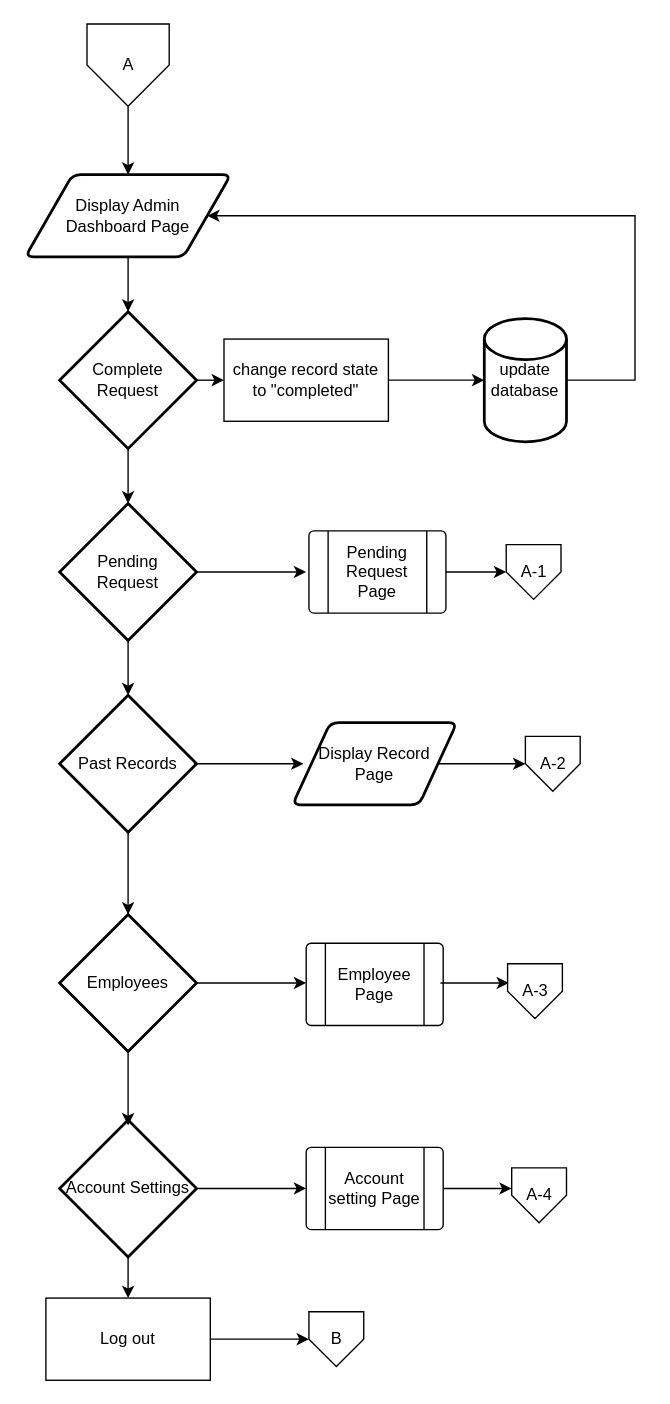
Earlier version of the draw.io diagram page "(A) Admin Dashboard Page" (2 of 10) of Flowchart.drawio (justpaulmiguel/Web1Proj). Source tidied: cells renumbered, new cells numbered last; positions are measured from the earlier drawing's top-left corner, leaving out a move shared by most shapes. Both pictures are drawn from the tidied source at 137%, with x=0, y=0 at pixel (25, 23).
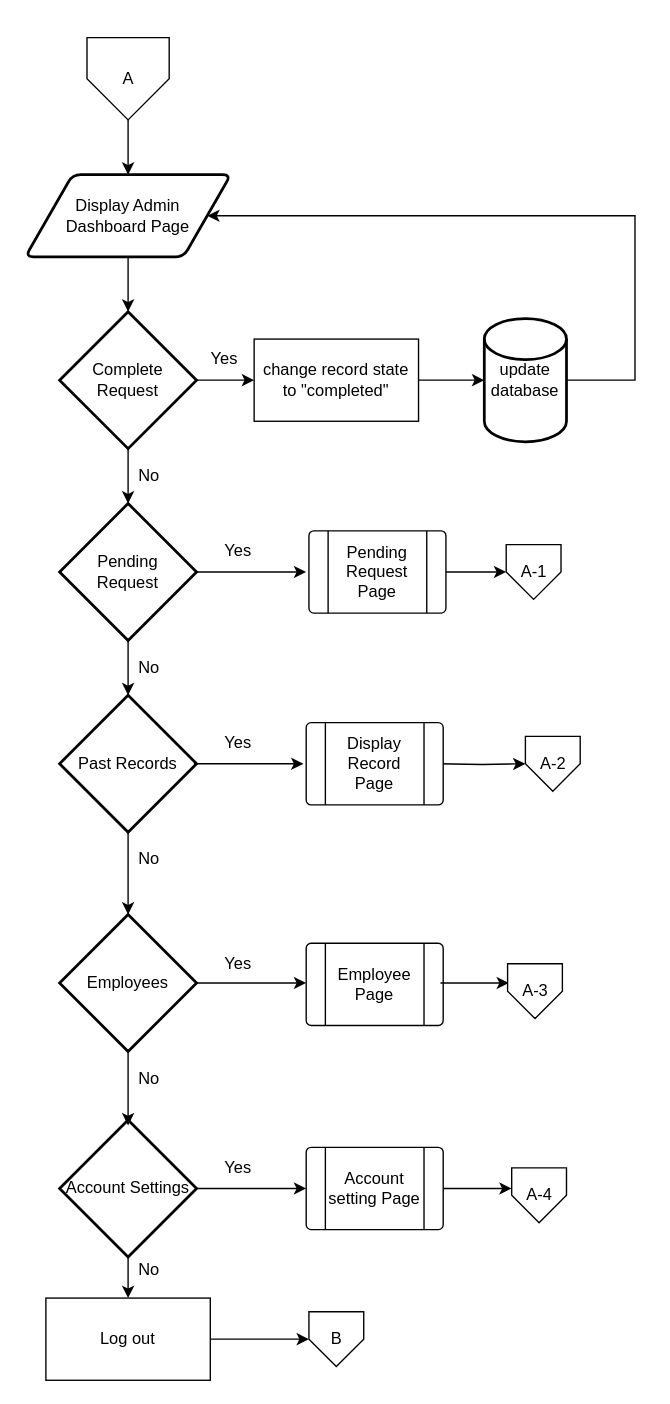
After the change.

Unchanged cells that the change refers to:
```xml
<mxCell id="39" value="A-2" style="verticalLabelPosition=middle;verticalAlign=middle;html=1;shape=offPageConnector;rounded=0;size=0.5;labelPosition=center;align=center;" parent="1" vertex="1">
  <mxGeometry x="365" y="520" width="40" height="40" as="geometry" />
</mxCell>
```

What changed in the source:
```diff
@@
     <mxCell id="2" value="A" style="verticalLabelPosition=middle;verticalAlign=middle;html=1;shape=offPageConnector;rounded=0;size=0.5;fillColor=default;gradientColor=none;labelPosition=center;align=center;" parent="1" vertex="1">
-      <mxGeometry x="45" width="60" height="60" as="geometry" />
+      <mxGeometry x="45" y="10" width="60" height="60" as="geometry" />
     </mxCell>
@@
-    <mxCell id="27" style="edgeStyle=orthogonalEdgeStyle;rounded=0;jettySize=auto;html=1;exitX=1;exitY=0.5;exitDx=0;exitDy=0;entryX=0;entryY=0.5;entryDx=0;entryDy=0;" parent="1" edge="1" source="28" target="39">
-      <mxGeometry relative="1" as="geometry" />
+    <mxCell id="27" style="edgeStyle=orthogonalEdgeStyle;rounded=0;jettySize=auto;html=1;exitX=1;exitY=0.5;exitDx=0;exitDy=0;entryX=0;entryY=0.5;entryDx=0;entryDy=0;" parent="1" edge="1" target="39">
+      <mxGeometry relative="1" as="geometry">
+        <mxPoint x="301.2" y="540" as="sourcePoint" />
+      </mxGeometry>
     </mxCell>
-    <mxCell id="28" value="Display Record&lt;br&gt;Page" style="shape=parallelogram;html=1;strokeWidth=2;perimeter=parallelogramPerimeter;whiteSpace=wrap;rounded=1;arcSize=12;size=0.23;" parent="1" vertex="1">
-      <mxGeometry x="195" y="510" width="120" height="60" as="geometry" />
-    </mxCell>
@@
     <mxCell id="38" value="change record state to &quot;completed&quot;" style="rounded=0;whiteSpace=wrap;html=1;" parent="1" vertex="1">
-      <mxGeometry x="145" y="230" width="120" height="60" as="geometry" />
+      <mxGeometry x="167" y="230" width="120" height="60" as="geometry" />
     </mxCell>
@@
+    <mxCell id="28" value="Display Record&lt;br&gt;Page" style="verticalLabelPosition=middle;verticalAlign=middle;html=1;shape=process;whiteSpace=wrap;rounded=1;size=0.14;arcSize=6;labelPosition=center;align=center;" parent="1" vertex="1">
+      <mxGeometry x="205" y="510" width="100" height="60" as="geometry" />
+    </mxCell>
+    <mxCell id="40" value="Yes" style="text;html=1;align=center;verticalAlign=middle;strokeColor=none;fillColor=none;" parent="1" vertex="1">
+      <mxGeometry x="125" y="230" width="40" height="30" as="geometry" />
+    </mxCell>
+    <mxCell id="41" value="Yes" style="text;html=1;align=center;verticalAlign=middle;strokeColor=none;fillColor=none;" parent="1" vertex="1">
+      <mxGeometry x="135" y="370" width="40" height="30" as="geometry" />
+    </mxCell>
+    <mxCell id="42" value="Yes" style="text;html=1;align=center;verticalAlign=middle;strokeColor=none;fillColor=none;" parent="1" vertex="1">
+      <mxGeometry x="135" y="510" width="40" height="30" as="geometry" />
+    </mxCell>
+    <mxCell id="43" value="Yes" style="text;html=1;align=center;verticalAlign=middle;strokeColor=none;fillColor=none;" parent="1" vertex="1">
+      <mxGeometry x="135" y="671" width="40" height="30" as="geometry" />
+    </mxCell>
+    <mxCell id="44" value="Yes" style="text;html=1;align=center;verticalAlign=middle;strokeColor=none;fillColor=none;" parent="1" vertex="1">
+      <mxGeometry x="135" y="820" width="40" height="30" as="geometry" />
+    </mxCell>
+    <mxCell id="45" value="No" style="text;html=1;align=center;verticalAlign=middle;strokeColor=none;fillColor=none;" parent="1" vertex="1">
+      <mxGeometry x="75" y="900" width="30" height="20" as="geometry" />
+    </mxCell>
+    <mxCell id="46" value="No" style="text;html=1;align=center;verticalAlign=middle;strokeColor=none;fillColor=none;" parent="1" vertex="1">
+      <mxGeometry x="75" y="760" width="30" height="20" as="geometry" />
+    </mxCell>
+    <mxCell id="47" value="No" style="text;html=1;align=center;verticalAlign=middle;strokeColor=none;fillColor=none;" parent="1" vertex="1">
+      <mxGeometry x="75" y="600" width="30" height="20" as="geometry" />
+    </mxCell>
+    <mxCell id="48" value="No" style="text;html=1;align=center;verticalAlign=middle;strokeColor=none;fillColor=none;" parent="1" vertex="1">
+      <mxGeometry x="75" y="460" width="30" height="20" as="geometry" />
+    </mxCell>
+    <mxCell id="49" value="No" style="text;html=1;align=center;verticalAlign=middle;strokeColor=none;fillColor=none;" parent="1" vertex="1">
+      <mxGeometry x="75" y="320" width="30" height="20" as="geometry" />
+    </mxCell>
```
